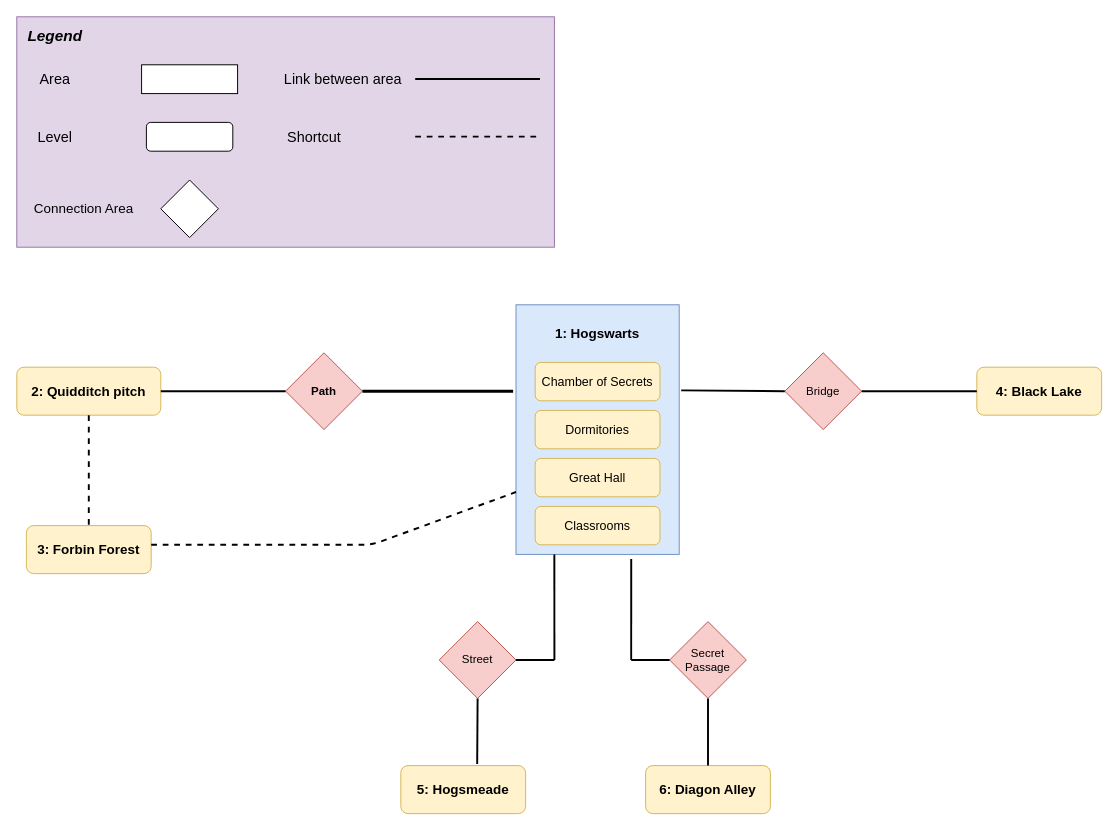
Earlier version of the draw.io diagram Pictures/Maps/WorldDiagram.drawio (Sephirothbahamut/Accio-Niffler). Source tidied: cells renumbered, new cells numbered last; positions are measured from the earlier drawing's top-left corner, leaving out a move shared by most shapes. Both pictures are drawn from the tidied source at 96%, with x=0, y=0 at pixel (16, 16).
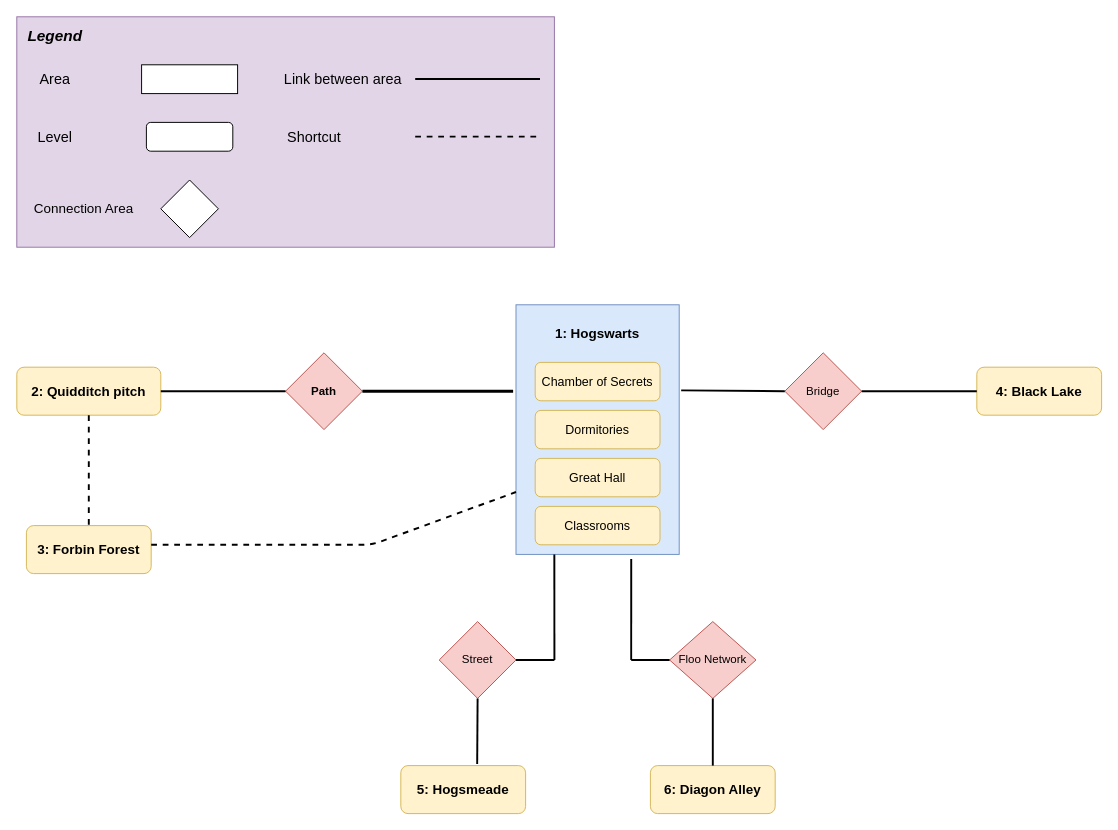
Above is the later version.

The edit, as a diff of the source:
```diff
@@
-    <mxCell id="3" value="Secret&lt;br&gt;Passage" style="rhombus;whiteSpace=wrap;html=1;fillColor=#f8cecc;strokeColor=#b85450;" parent="1" vertex="1">
-      <mxGeometry x="680" y="630" width="80" height="80" as="geometry" />
+    <mxCell id="3" value="Floo Network" style="rhombus;whiteSpace=wrap;html=1;fillColor=#f8cecc;strokeColor=#b85450;" parent="1" vertex="1">
+      <mxGeometry x="680" y="630" width="90" height="80" as="geometry" />
     </mxCell>
@@
     <mxCell id="37" value="&lt;font style=&quot;font-size: 14px&quot;&gt;&lt;b&gt;6: Diagon Alley&lt;/b&gt;&lt;/font&gt;" style="rounded=1;whiteSpace=wrap;html=1;fillColor=#fff2cc;strokeColor=#d6b656;" parent="1" vertex="1">
-      <mxGeometry x="655" y="780" width="130" height="50" as="geometry" />
+      <mxGeometry x="660" y="780" width="130" height="50" as="geometry" />
     </mxCell>
```
